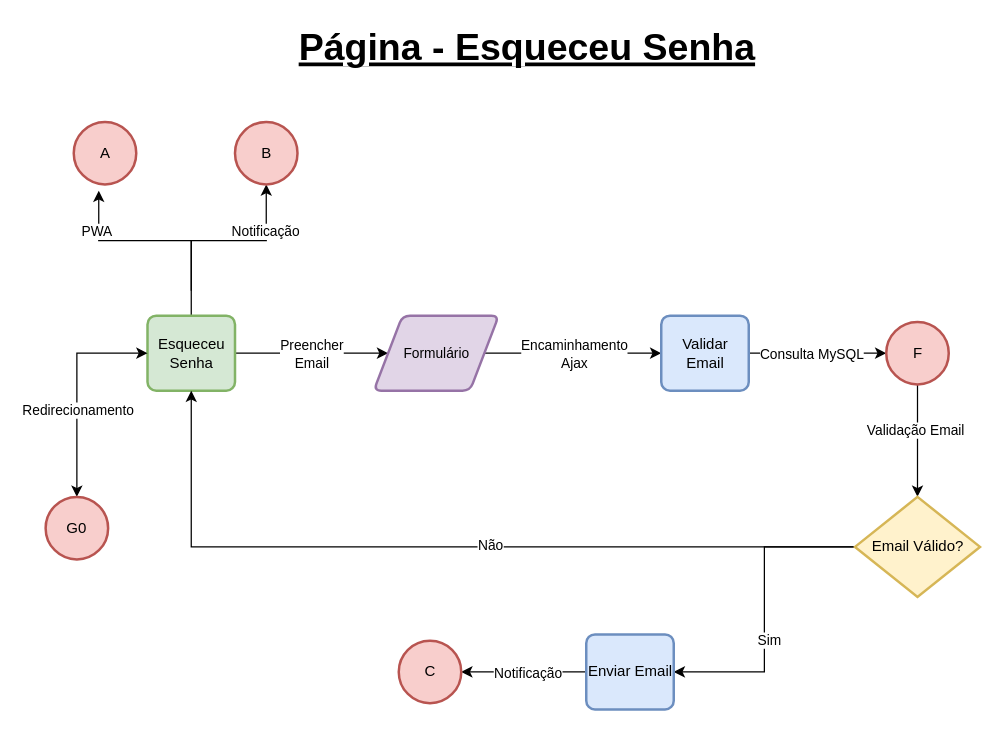
Earlier version of the draw.io diagram page "Flow - Esqueceu Senha" (2 of 8) of tcc-flow.drawio (CSFelix/UML). Source tidied: cells renumbered, new cells numbered last; positions are measured from the earlier drawing's top-left corner, leaving out a move shared by most shapes. Both pictures are drawn from the tidied source at 125%, with x=0, y=0 at pixel (45, 21).
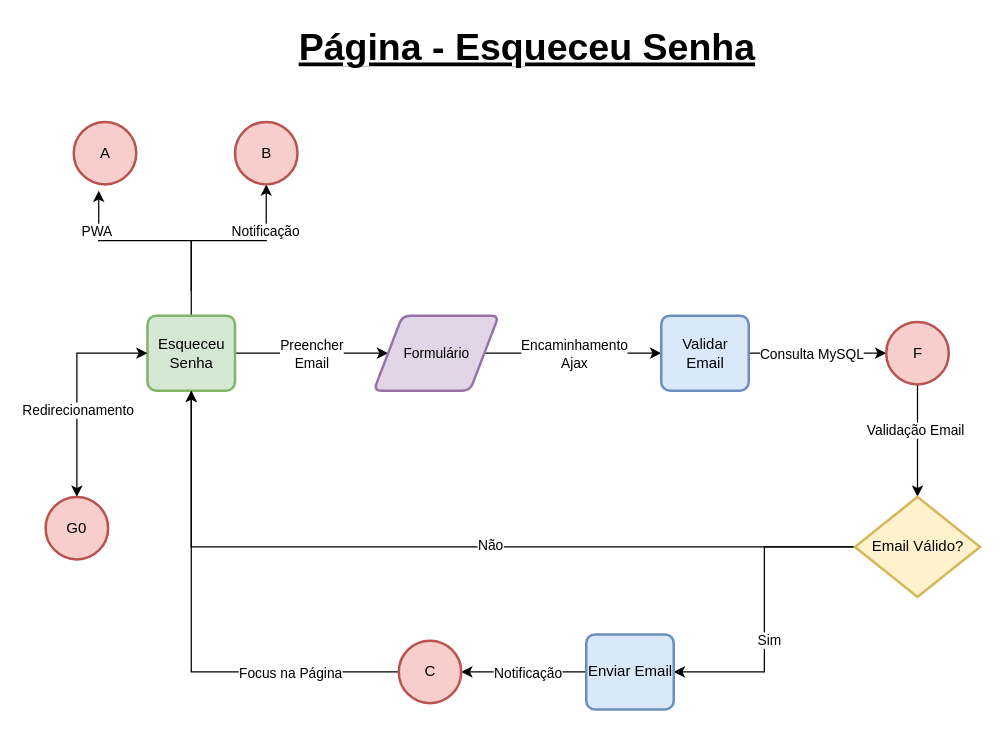
After the change.

Unchanged cells that the change refers to:
```xml
<mxCell id="8" value="Esqueceu&lt;br&gt;Senha" style="rounded=1;whiteSpace=wrap;html=1;absoluteArcSize=1;arcSize=14;strokeWidth=2;fillColor=#d5e8d4;strokeColor=#82b366;" parent="1" vertex="1">
  <mxGeometry x="81.5" y="235" width="70" height="60" as="geometry" />
</mxCell>
<mxCell id="28" value="C" style="strokeWidth=2;html=1;shape=mxgraph.flowchart.start_2;whiteSpace=wrap;fillColor=#f8cecc;strokeColor=#b85450;" parent="1" vertex="1">
  <mxGeometry x="282.5" y="495" width="50" height="50" as="geometry" />
</mxCell>
```

The edit, as a diff of the source:
```diff
@@
+    <mxCell id="33" style="edgeStyle=orthogonalEdgeStyle;rounded=0;jettySize=auto;html=1;startArrow=none;startFill=0;endArrow=classic;endFill=1;" parent="1" edge="1" source="28" target="8">
+      <mxGeometry relative="1" as="geometry" />
+    </mxCell>
+    <mxCell id="34" value="Focus na Página" style="edgeLabel;html=1;align=center;verticalAlign=middle;" parent="33" vertex="1">
+      <mxGeometry x="-0.4" y="-1" relative="1" as="geometry">
+        <mxPoint x="29.5" y="1" as="offset" />
+      </mxGeometry>
+    </mxCell>
```
